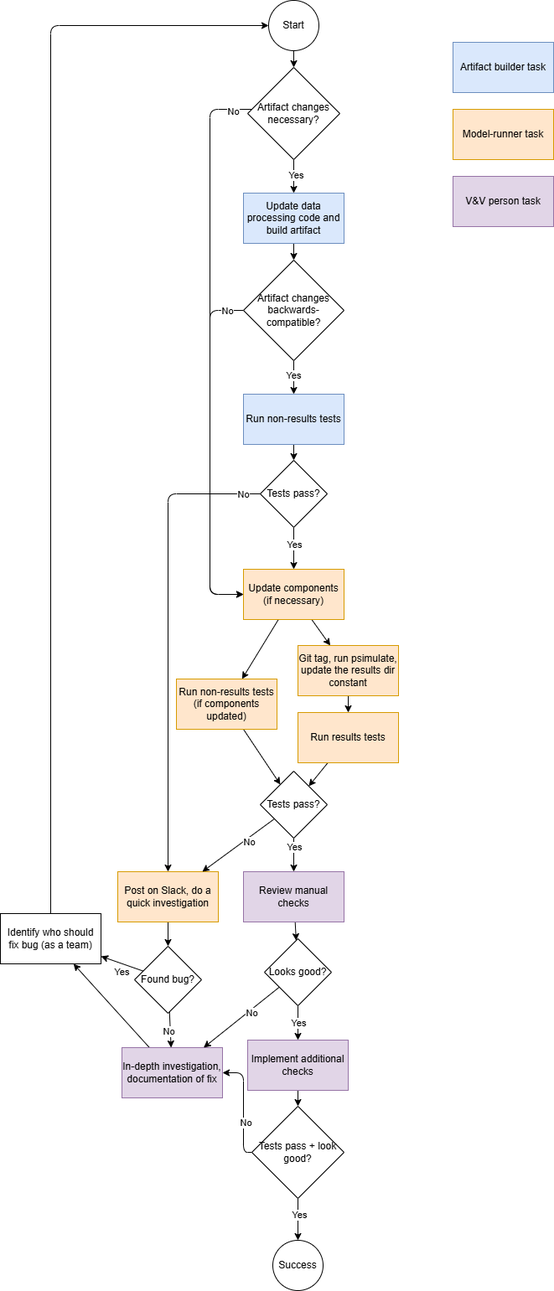
Above: vv_process.drawio.png in ihmeuw/vivarium_gates_mncnh (draw.io), before the change. Source tidied: cells renumbered, new cells last; positions are measured from the earlier drawing's top-left corner, leaving out a move shared by most shapes.
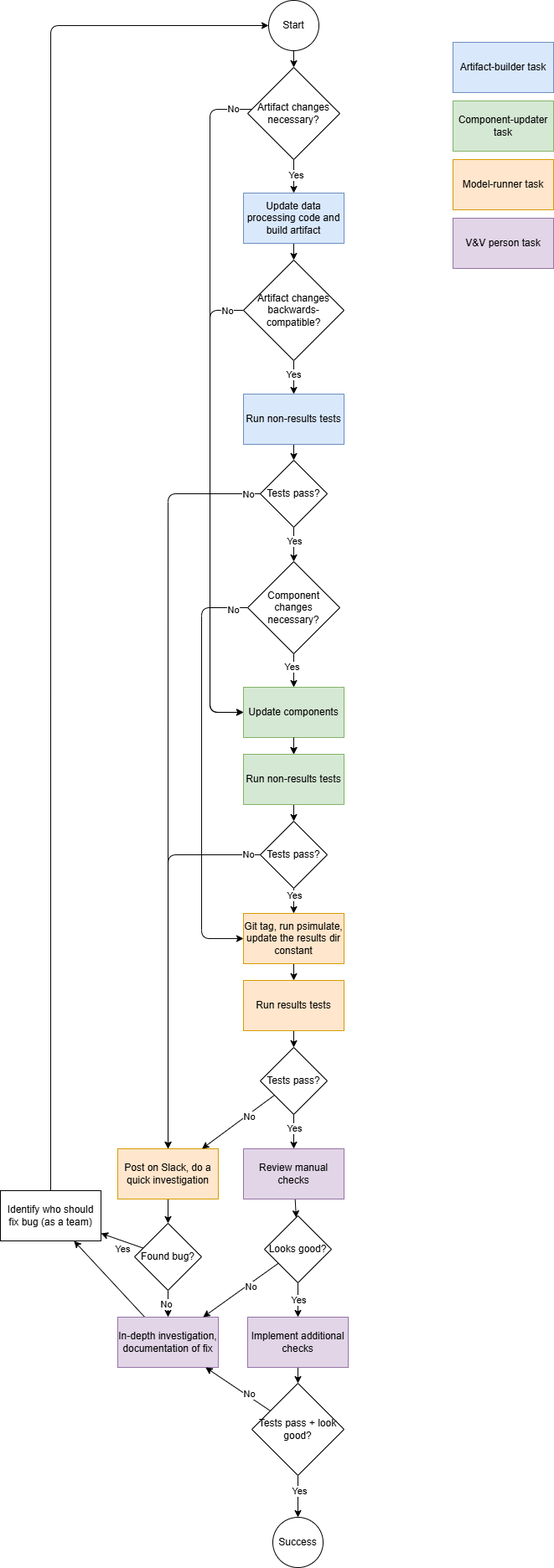
After the commit.

Commit message:
Separate component-updater role from model-runner

The edit, as a diff of the source:
```diff
@@ -22,13 +22,13 @@
       <mxGeometry relative="1" as="geometry">
         <Array as="points">
           <mxPoint x="250" y="130" />
-          <mxPoint x="250" y="709" />
+          <mxPoint x="250" y="850" />
         </Array>
       </mxGeometry>
     </mxCell>
     <mxCell id="7" value="No" style="edgeLabel;html=1;align=center;verticalAlign=middle;" parent="6" vertex="1">
       <mxGeometry x="0.36" y="-3" relative="1" as="geometry">
-        <mxPoint x="30" y="-404" as="offset" />
+        <mxPoint x="30" y="-502" as="offset" />
       </mxGeometry>
     </mxCell>
     <mxCell id="8" value="Artifact changes necessary?" style="rhombus;whiteSpace=wrap;html=1;" parent="1" vertex="1">
@@ -50,13 +50,13 @@
       <mxGeometry relative="1" as="geometry">
         <Array as="points">
           <mxPoint x="250" y="370" />
-          <mxPoint x="250" y="709" />
+          <mxPoint x="250" y="850" />
         </Array>
       </mxGeometry>
     </mxCell>
     <mxCell id="14" value="No" style="edgeLabel;html=1;align=center;verticalAlign=middle;" parent="13" vertex="1">
       <mxGeometry x="0.38" y="-4" relative="1" as="geometry">
-        <mxPoint x="24" y="-249" as="offset" />
+        <mxPoint x="24" y="-346" as="offset" />
       </mxGeometry>
     </mxCell>
     <mxCell id="15" value="Artifact changes backwards-compatible?" style="rhombus;whiteSpace=wrap;html=1;" parent="1" vertex="1">
@@ -77,10 +77,10 @@
     </mxCell>
     <mxCell id="19" value="No" style="edgeLabel;html=1;align=center;verticalAlign=middle;" parent="18" vertex="1">
       <mxGeometry x="-0.61" relative="1" as="geometry">
-        <mxPoint x="26" as="offset" />
+        <mxPoint x="95" y="-1" as="offset" />
       </mxGeometry>
     </mxCell>
-    <mxCell id="20" style="edgeStyle=none;html=1;" parent="1" edge="1" source="22" target="35">
+    <mxCell id="20" style="edgeStyle=none;html=1;entryX=0.5;entryY=0;entryDx=0;entryDy=0;" parent="1" edge="1" source="22" target="71">
       <mxGeometry relative="1" as="geometry" />
     </mxCell>
     <mxCell id="21" value="Yes" style="edgeLabel;html=1;align=center;verticalAlign=middle;" parent="20" vertex="1">
@@ -95,7 +95,7 @@
       <mxGeometry relative="1" as="geometry" />
     </mxCell>
     <mxCell id="24" value="Post on Slack, do a quick investigation" style="shape=parallelogram;perimeter=parallelogramPerimeter;whiteSpace=wrap;html=1;fixedSize=1;size=-20;fillColor=#ffe6cc;strokeColor=#d79b00;" parent="1" vertex="1">
-      <mxGeometry x="140" y="1040" width="120" height="60" as="geometry" />
+      <mxGeometry x="140" y="1371" width="120" height="60" as="geometry" />
     </mxCell>
     <mxCell id="25" style="edgeStyle=orthogonalEdgeStyle;html=1;entryX=0;entryY=0.5;entryDx=0;entryDy=0;exitX=0.5;exitY=0;exitDx=0;exitDy=0;" parent="1" edge="1" source="65" target="2">
       <mxGeometry relative="1" as="geometry">
@@ -121,49 +121,50 @@
       </mxGeometry>
     </mxCell>
     <mxCell id="30" value="Found bug?" style="rhombus;whiteSpace=wrap;html=1;" parent="1" vertex="1">
-      <mxGeometry x="160" y="1129" width="80" height="80" as="geometry" />
+      <mxGeometry x="160" y="1460" width="80" height="80" as="geometry" />
     </mxCell>
     <mxCell id="31" style="edgeStyle=none;html=1;" parent="1" edge="1" source="32" target="65">
       <mxGeometry relative="1" as="geometry" />
     </mxCell>
     <mxCell id="32" value="In-depth investigation, documentation of fix" style="shape=parallelogram;perimeter=parallelogramPerimeter;whiteSpace=wrap;html=1;fixedSize=1;size=-10;fillColor=#e1d5e7;strokeColor=#9673a6;" parent="1" vertex="1">
-      <mxGeometry x="145" y="1250" width="120" height="60" as="geometry" />
+      <mxGeometry x="140" y="1572" width="120" height="60" as="geometry" />
     </mxCell>
     <mxCell id="33" style="edgeStyle=none;html=1;" parent="1" edge="1" source="35" target="58">
       <mxGeometry relative="1" as="geometry" />
     </mxCell>
-    <mxCell id="34" style="edgeStyle=none;html=1;" parent="1" edge="1" source="35" target="60">
-      <mxGeometry relative="1" as="geometry" />
-    </mxCell>
-    <mxCell id="35" value="Update components (if necessary)" style="shape=parallelogram;perimeter=parallelogramPerimeter;whiteSpace=wrap;html=1;fixedSize=1;size=-10;fillColor=#ffe6cc;strokeColor=#d79b00;" parent="1" vertex="1">
-      <mxGeometry x="290" y="679" width="120" height="60" as="geometry" />
+    <mxCell id="35" value="Update components" style="shape=parallelogram;perimeter=parallelogramPerimeter;whiteSpace=wrap;html=1;fixedSize=1;size=-10;fillColor=#d5e8d4;strokeColor=#82b366;" parent="1" vertex="1">
+      <mxGeometry x="290" y="820" width="120" height="60" as="geometry" />
     </mxCell>
-    <mxCell id="36" style="edgeStyle=none;html=1;" parent="1" edge="1" source="37" target="42">
-      <mxGeometry relative="1" as="geometry" />
-    </mxCell>
+    <mxCell id="66" style="edgeStyle=none;html=1;" parent="1" edge="1" source="37" target="77">
+      <mxGeometry relative="1" as="geometry" />
+    </mxCell>
     <mxCell id="37" value="Run results tests" style="shape=parallelogram;perimeter=parallelogramPerimeter;whiteSpace=wrap;html=1;fixedSize=1;size=-40;fillColor=#ffe6cc;strokeColor=#d79b00;" parent="1" vertex="1">
-      <mxGeometry x="355" y="850" width="120" height="60" as="geometry" />
+      <mxGeometry x="290" y="1170" width="120" height="60" as="geometry" />
     </mxCell>
-    <mxCell id="38" style="edgeStyle=orthogonalEdgeStyle;html=1;entryX=0.5;entryY=0;entryDx=0;entryDy=0;" parent="1" edge="1" source="42" target="44">
+    <mxCell id="38" style="edgeStyle=orthogonalEdgeStyle;html=1;entryX=0.5;entryY=0;entryDx=0;entryDy=0;" parent="1" edge="1" source="42" target="60">
       <mxGeometry relative="1" as="geometry" />
     </mxCell>
     <mxCell id="39" value="Yes" style="edgeLabel;html=1;align=center;verticalAlign=middle;" parent="38" vertex="1">
-      <mxGeometry x="-0.48" relative="1" as="geometry" />
+      <mxGeometry x="-0.48" relative="1" as="geometry">
+        <mxPoint y="1" as="offset" />
+      </mxGeometry>
     </mxCell>
-    <mxCell id="40" style="edgeStyle=none;html=1;" parent="1" edge="1" source="42" target="24">
+    <mxCell id="40" style="edgeStyle=orthogonalEdgeStyle;html=1;" parent="1" edge="1" source="42" target="24">
       <mxGeometry relative="1" as="geometry" />
     </mxCell>
     <mxCell id="41" value="No" style="edgeLabel;html=1;align=center;verticalAlign=middle;" parent="40" vertex="1">
-      <mxGeometry x="-0.24" y="4" relative="1" as="geometry" />
+      <mxGeometry x="-0.24" y="4" relative="1" as="geometry">
+        <mxPoint x="91" y="-65" as="offset" />
+      </mxGeometry>
     </mxCell>
     <mxCell id="42" value="Tests pass?" style="rhombus;whiteSpace=wrap;html=1;" parent="1" vertex="1">
-      <mxGeometry x="310" y="920" width="80" height="80" as="geometry" />
+      <mxGeometry x="310" y="980" width="80" height="80" as="geometry" />
     </mxCell>
     <mxCell id="43" style="edgeStyle=none;html=1;" parent="1" edge="1" source="44" target="49">
       <mxGeometry relative="1" as="geometry" />
     </mxCell>
     <mxCell id="44" value="Review manual checks" style="shape=parallelogram;perimeter=parallelogramPerimeter;whiteSpace=wrap;html=1;fixedSize=1;size=-20;fillColor=#e1d5e7;strokeColor=#9673a6;" parent="1" vertex="1">
-      <mxGeometry x="290" y="1040" width="120" height="60" as="geometry" />
+      <mxGeometry x="290" y="1371" width="120" height="60" as="geometry" />
     </mxCell>
     <mxCell id="45" style="edgeStyle=none;html=1;" parent="1" edge="1" source="49" target="51">
       <mxGeometry relative="1" as="geometry" />
@@ -182,21 +183,16 @@
       </mxGeometry>
     </mxCell>
     <mxCell id="49" value="Looks good?" style="rhombus;whiteSpace=wrap;html=1;" parent="1" vertex="1">
-      <mxGeometry x="315" y="1120" width="80" height="80" as="geometry" />
+      <mxGeometry x="315" y="1451" width="80" height="80" as="geometry" />
     </mxCell>
     <mxCell id="50" style="edgeStyle=none;html=1;" parent="1" edge="1" source="51" target="56">
       <mxGeometry relative="1" as="geometry" />
     </mxCell>
     <mxCell id="51" value="Implement additional checks" style="shape=parallelogram;perimeter=parallelogramPerimeter;whiteSpace=wrap;html=1;fixedSize=1;size=-10;fillColor=#e1d5e7;strokeColor=#9673a6;" parent="1" vertex="1">
-      <mxGeometry x="295" y="1241" width="120" height="60" as="geometry" />
+      <mxGeometry x="295" y="1572" width="120" height="60" as="geometry" />
     </mxCell>
-    <mxCell id="52" style="edgeStyle=orthogonalEdgeStyle;html=1;" parent="1" edge="1" source="56" target="32">
-      <mxGeometry relative="1" as="geometry">
-        <Array as="points">
-          <mxPoint x="290" y="1375" />
-          <mxPoint x="290" y="1280" />
-        </Array>
-      </mxGeometry>
+    <mxCell id="52" style="html=1;" parent="1" edge="1" source="56" target="32">
+      <mxGeometry relative="1" as="geometry" />
     </mxCell>
     <mxCell id="53" value="No" style="edgeLabel;html=1;align=center;verticalAlign=middle;" parent="52" vertex="1">
       <mxGeometry x="-0.3" y="-2" relative="1" as="geometry">
@@ -205,7 +201,7 @@
     </mxCell>
     <mxCell id="54" style="edgeStyle=none;html=1;" parent="1" edge="1" source="56">
       <mxGeometry relative="1" as="geometry">
-        <mxPoint x="355" y="1480" as="targetPoint" />
+        <mxPoint x="355" y="1811" as="targetPoint" />
       </mxGeometry>
     </mxCell>
     <mxCell id="55" value="Yes" style="edgeLabel;html=1;align=center;verticalAlign=middle;" parent="54" vertex="1">
@@ -214,34 +210,75 @@
       </mxGeometry>
     </mxCell>
     <mxCell id="56" value="Tests pass + look good?" style="rhombus;whiteSpace=wrap;html=1;" parent="1" vertex="1">
-      <mxGeometry x="300" y="1320" width="110" height="110" as="geometry" />
+      <mxGeometry x="300" y="1651" width="110" height="110" as="geometry" />
     </mxCell>
     <mxCell id="57" style="edgeStyle=none;html=1;" parent="1" edge="1" source="58" target="42">
       <mxGeometry relative="1" as="geometry" />
     </mxCell>
-    <mxCell id="58" value="Run non-results tests (if components updated)" style="shape=parallelogram;perimeter=parallelogramPerimeter;whiteSpace=wrap;html=1;fixedSize=1;size=-30;fillColor=#ffe6cc;strokeColor=#d79b00;" parent="1" vertex="1">
-      <mxGeometry x="210" y="810" width="120" height="60" as="geometry" />
-    </mxCell>
     <mxCell id="59" style="edgeStyle=none;html=1;" parent="1" edge="1" source="60" target="37">
       <mxGeometry relative="1" as="geometry" />
     </mxCell>
     <mxCell id="60" value="Git tag, run psimulate, update the results dir constant" style="shape=parallelogram;perimeter=parallelogramPerimeter;whiteSpace=wrap;html=1;fixedSize=1;size=-20;fillColor=#ffe6cc;strokeColor=#d79b00;" parent="1" vertex="1">
-      <mxGeometry x="355" y="770" width="120" height="60" as="geometry" />
+      <mxGeometry x="290" y="1090" width="120" height="60" as="geometry" />
     </mxCell>
-    <mxCell id="61" value="Artifact builder task" style="shape=parallelogram;perimeter=parallelogramPerimeter;whiteSpace=wrap;html=1;fixedSize=1;size=-20;fillColor=#dae8fc;strokeColor=#6c8ebf;" parent="1" vertex="1">
+    <mxCell id="61" value="Artifact-builder task" style="shape=parallelogram;perimeter=parallelogramPerimeter;whiteSpace=wrap;html=1;fixedSize=1;size=-20;fillColor=#dae8fc;strokeColor=#6c8ebf;" parent="1" vertex="1">
       <mxGeometry x="540" y="50" width="120" height="60" as="geometry" />
     </mxCell>
     <mxCell id="62" value="Model-runner task" style="shape=parallelogram;perimeter=parallelogramPerimeter;whiteSpace=wrap;html=1;fixedSize=1;size=-10;fillColor=#ffe6cc;strokeColor=#d79b00;" parent="1" vertex="1">
-      <mxGeometry x="540" y="130" width="120" height="60" as="geometry" />
+      <mxGeometry x="540" y="190" width="120" height="60" as="geometry" />
     </mxCell>
     <mxCell id="63" value="Success" style="ellipse;whiteSpace=wrap;html=1;" parent="1" vertex="1">
-      <mxGeometry x="325" y="1480" width="60" height="60" as="geometry" />
+      <mxGeometry x="325" y="1811" width="60" height="60" as="geometry" />
     </mxCell>
     <mxCell id="64" value="V&amp;amp;V person task" style="shape=parallelogram;perimeter=parallelogramPerimeter;whiteSpace=wrap;html=1;fixedSize=1;size=-10;fillColor=#e1d5e7;strokeColor=#9673a6;" parent="1" vertex="1">
-      <mxGeometry x="540" y="210" width="120" height="60" as="geometry" />
+      <mxGeometry x="540" y="260" width="120" height="60" as="geometry" />
     </mxCell>
     <mxCell id="65" value="Identify who should fix bug (as a team)" style="shape=parallelogram;perimeter=parallelogramPerimeter;whiteSpace=wrap;html=1;fixedSize=1;size=-20;" parent="1" vertex="1">
-      <mxGeometry y="1090" width="120" height="60" as="geometry" />
+      <mxGeometry y="1421" width="120" height="60" as="geometry" />
     </mxCell>
+    <mxCell id="67" style="edgeStyle=none;html=1;entryX=0.5;entryY=0;entryDx=0;entryDy=0;" parent="1" edge="1" source="71" target="35">
+      <mxGeometry relative="1" as="geometry" />
+    </mxCell>
+    <mxCell id="68" value="Yes" style="edgeLabel;html=1;align=center;verticalAlign=middle;" parent="67" vertex="1">
+      <mxGeometry x="-0.19" y="-3" relative="1" as="geometry" />
+    </mxCell>
+    <mxCell id="69" style="edgeStyle=orthogonalEdgeStyle;html=1;" parent="1" edge="1" source="71" target="60">
+      <mxGeometry relative="1" as="geometry">
+        <Array as="points">
+          <mxPoint x="240" y="725" />
+          <mxPoint x="240" y="1120" />
+        </Array>
+      </mxGeometry>
+    </mxCell>
+    <mxCell id="70" value="No" style="edgeLabel;html=1;align=center;verticalAlign=middle;" parent="69" vertex="1">
+      <mxGeometry x="-0.93" y="2" relative="1" as="geometry" />
+    </mxCell>
+    <mxCell id="71" value="Component changes necessary?" style="rhombus;whiteSpace=wrap;html=1;" parent="1" vertex="1">
+      <mxGeometry x="295" y="670" width="110" height="110" as="geometry" />
+    </mxCell>
+    <mxCell id="72" style="edgeStyle=none;html=1;" parent="1" edge="1" source="35" target="58">
+      <mxGeometry relative="1" as="geometry" />
+    </mxCell>
+    <mxCell id="58" value="Run non-results tests" style="shape=parallelogram;perimeter=parallelogramPerimeter;whiteSpace=wrap;html=1;fixedSize=1;size=-30;fillColor=#d5e8d4;strokeColor=#82b366;" parent="1" vertex="1">
+      <mxGeometry x="290" y="900" width="120" height="60" as="geometry" />
+    </mxCell>
+    <mxCell id="73" style="edgeStyle=none;html=1;" parent="1" edge="1" source="77" target="24">
+      <mxGeometry relative="1" as="geometry" />
+    </mxCell>
+    <mxCell id="74" value="No" style="edgeLabel;html=1;align=center;verticalAlign=middle;" parent="73" vertex="1">
+      <mxGeometry x="-0.26" y="2" relative="1" as="geometry" />
+    </mxCell>
+    <mxCell id="75" style="edgeStyle=none;html=1;" parent="1" edge="1" source="77" target="44">
+      <mxGeometry relative="1" as="geometry" />
+    </mxCell>
+    <mxCell id="76" value="Yes" style="edgeLabel;html=1;align=center;verticalAlign=middle;" parent="75" vertex="1">
+      <mxGeometry x="-0.18" relative="1" as="geometry" />
+    </mxCell>
+    <mxCell id="77" value="Tests pass?" style="rhombus;whiteSpace=wrap;html=1;" parent="1" vertex="1">
+      <mxGeometry x="310" y="1250" width="80" height="80" as="geometry" />
+    </mxCell>
+    <mxCell id="78" value="Component-updater task" style="shape=parallelogram;perimeter=parallelogramPerimeter;whiteSpace=wrap;html=1;fixedSize=1;size=-20;fillColor=#d5e8d4;strokeColor=#82b366;" parent="1" vertex="1">
+      <mxGeometry x="540" y="120" width="120" height="60" as="geometry" />
+    </mxCell>
   </root>
 </mxGraphModel>
```
